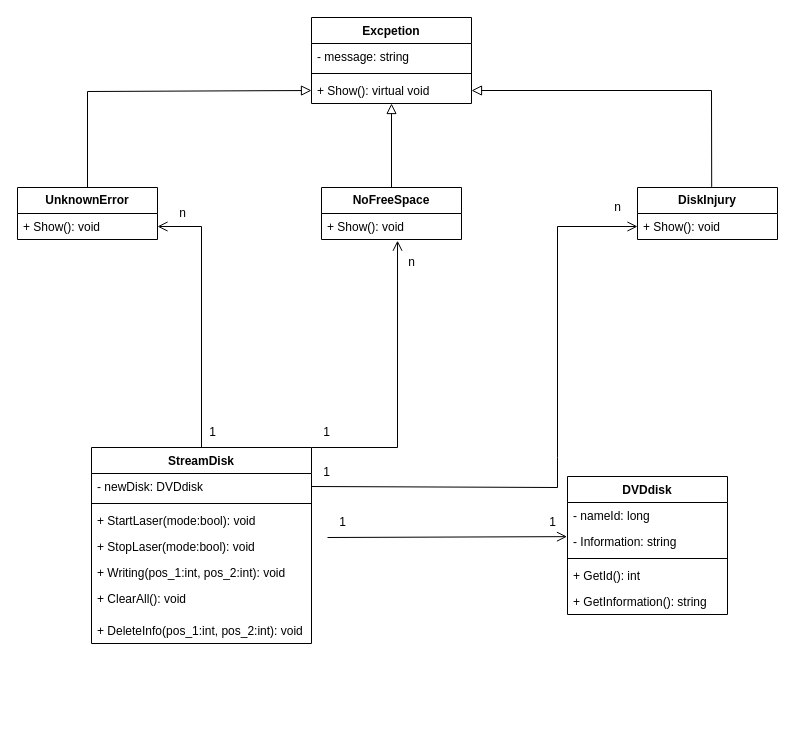
VyugaSW/Diagrams_1 keeps this draw.io diagram as Diagram class 1.drawio. Above is the earlier version. Source tidied: cells renumbered, new cells numbered last; positions are measured from the earlier drawing's top-left corner, leaving out a move shared by most shapes. Both pictures are drawn from the tidied source at 100%, with x=0, y=0 at pixel (17, 17).
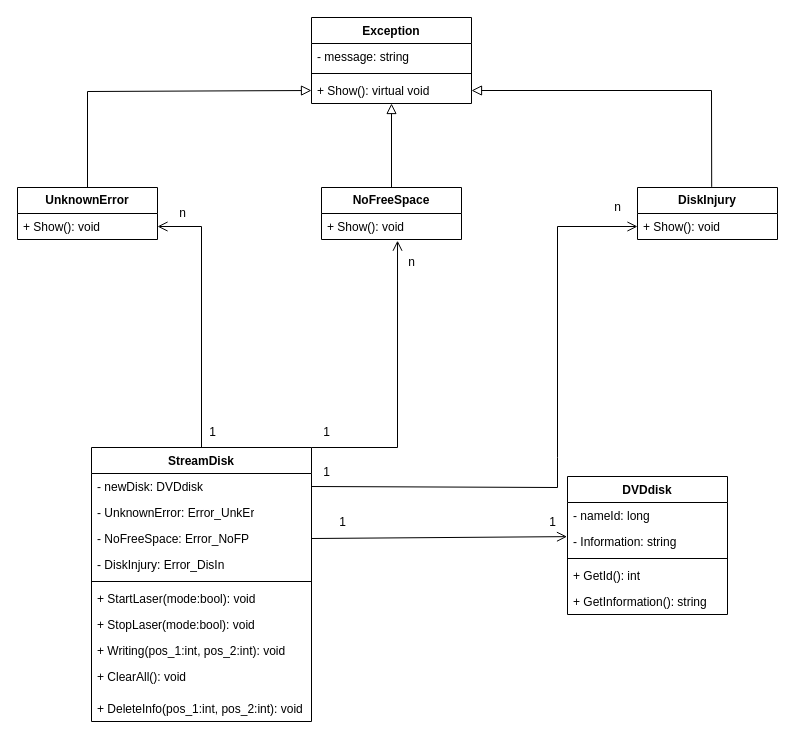
The same diagram, later.

The change refers to these unchanged cells:
```xml
<mxCell id="4" value="- Information: string" style="text;strokeColor=none;fillColor=none;align=left;verticalAlign=top;spacingLeft=4;spacingRight=4;overflow=hidden;points=[[0,0.5],[1,0.5]];portConstraint=eastwest;whiteSpace=wrap;html=1;" parent="2" vertex="1">
  <mxGeometry y="52" width="160" height="26" as="geometry" />
</mxCell>
```

Diff of the diagram source:
```diff
@@
     <mxCell id="8" value="StreamDisk" style="swimlane;fontStyle=1;align=center;verticalAlign=top;horizontal=1;startSize=26;whiteSpace=wrap;html=1;" parent="1" vertex="1">
-      <mxGeometry x="74" y="430" width="220" height="196" as="geometry" />
+      <mxGeometry x="74" y="430" width="220" height="274" as="geometry" />
     </mxCell>
@@
+    <mxCell id="44" value="- UnknownError: Error_UnkEr" style="text;strokeColor=none;fillColor=none;align=left;verticalAlign=top;spacingLeft=4;spacingRight=4;overflow=hidden;whiteSpace=wrap;html=1;" parent="8" vertex="1">
+      <mxGeometry y="52" width="220" height="26" as="geometry" />
+    </mxCell>
+    <mxCell id="45" value="- NoFreeSpace: Error_NoFP" style="text;strokeColor=none;fillColor=none;align=left;verticalAlign=top;spacingLeft=4;spacingRight=4;overflow=hidden;points=[[0,0.5],[1,0.5]];portConstraint=eastwest;whiteSpace=wrap;html=1;" parent="8" vertex="1">
+      <mxGeometry y="78" width="220" height="26" as="geometry" />
+    </mxCell>
+    <mxCell id="46" value="- DiskInjury: Error_DisIn" style="text;strokeColor=none;fillColor=none;align=left;verticalAlign=top;spacingLeft=4;spacingRight=4;overflow=hidden;whiteSpace=wrap;html=1;" parent="8" vertex="1">
+      <mxGeometry y="104" width="220" height="26" as="geometry" />
+    </mxCell>
     <mxCell id="10" style="line;strokeWidth=1;fillColor=none;align=left;verticalAlign=middle;spacingTop=-1;spacingLeft=3;spacingRight=3;labelPosition=right;strokeColor=inherit;" parent="8" vertex="1">
-      <mxGeometry y="52" width="220" height="8" as="geometry" />
+      <mxGeometry y="130" width="220" height="8" as="geometry" />
     </mxCell>
     <mxCell id="11" value="+ StartLaser(mode:bool): void" style="text;strokeColor=none;fillColor=none;align=left;verticalAlign=top;spacingLeft=4;spacingRight=4;overflow=hidden;whiteSpace=wrap;html=1;" parent="8" vertex="1">
-      <mxGeometry y="60" width="220" height="26" as="geometry" />
+      <mxGeometry y="138" width="220" height="26" as="geometry" />
     </mxCell>
     <mxCell id="12" value="+ StopLaser(mode:bool): void" style="text;strokeColor=none;fillColor=none;align=left;verticalAlign=top;spacingLeft=4;spacingRight=4;overflow=hidden;whiteSpace=wrap;html=1;" parent="8" vertex="1">
-      <mxGeometry y="86" width="220" height="26" as="geometry" />
+      <mxGeometry y="164" width="220" height="26" as="geometry" />
     </mxCell>
     <mxCell id="13" value="+ Writing(pos_1:int, pos_2:int): void" style="text;strokeColor=none;fillColor=none;align=left;verticalAlign=top;spacingLeft=4;spacingRight=4;overflow=hidden;whiteSpace=wrap;html=1;" parent="8" vertex="1">
-      <mxGeometry y="112" width="220" height="26" as="geometry" />
+      <mxGeometry y="190" width="220" height="26" as="geometry" />
     </mxCell>
     <mxCell id="14" value="+ ClearAll(): void" style="text;strokeColor=none;fillColor=none;align=left;verticalAlign=top;spacingLeft=4;spacingRight=4;overflow=hidden;whiteSpace=wrap;html=1;" parent="8" vertex="1">
-      <mxGeometry y="138" width="220" height="32" as="geometry" />
+      <mxGeometry y="216" width="220" height="32" as="geometry" />
     </mxCell>
     <mxCell id="15" value="+ DeleteInfo(pos_1:int, pos_2:int): void" style="text;strokeColor=none;fillColor=none;align=left;verticalAlign=top;spacingLeft=4;spacingRight=4;overflow=hidden;whiteSpace=wrap;html=1;" parent="8" vertex="1">
-      <mxGeometry y="170" width="220" height="26" as="geometry" />
+      <mxGeometry y="248" width="220" height="26" as="geometry" />
     </mxCell>
-    <mxCell id="16" value="Excpetion" style="swimlane;fontStyle=1;align=center;verticalAlign=top;horizontal=1;startSize=26;whiteSpace=wrap;html=1;" parent="1" vertex="1">
+    <mxCell id="16" value="Exception" style="swimlane;fontStyle=1;align=center;verticalAlign=top;horizontal=1;startSize=26;whiteSpace=wrap;html=1;" parent="1" vertex="1">
       <mxGeometry x="294" width="160" height="86" as="geometry" />
     </mxCell>
@@
-    <mxCell id="32" style="endArrow=open;startArrow=none;endFill=0;startFill=0;endSize=8;html=1;verticalAlign=bottom;labelBackgroundColor=none;strokeWidth=1;rounded=0;entryX=-0.003;entryY=0.313;entryDx=0;entryDy=0;entryPerimeter=0;" parent="1" edge="1" target="4">
-      <mxGeometry relative="1" as="geometry">
-        <mxPoint x="310" y="520" as="sourcePoint" />
-      </mxGeometry>
+    <mxCell id="32" style="endArrow=open;startArrow=none;endFill=0;startFill=0;endSize=8;html=1;verticalAlign=bottom;labelBackgroundColor=none;strokeWidth=1;rounded=0;entryX=-0.003;entryY=0.313;entryDx=0;entryDy=0;entryPerimeter=0;exitX=1;exitY=0.5;exitDx=0;exitDy=0;" parent="1" edge="1" source="45" target="4">
+      <mxGeometry relative="1" as="geometry" />
     </mxCell>
```
